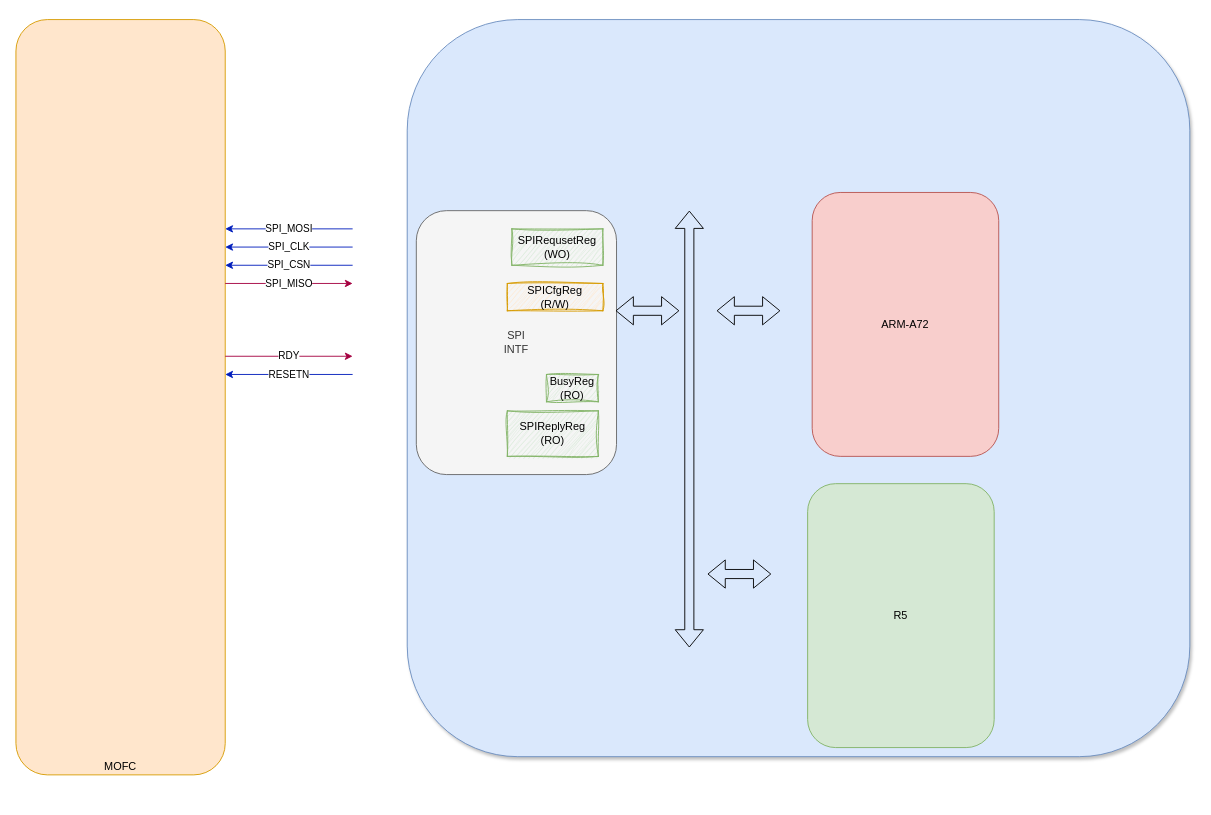
Earlier version of the draw.io diagram page "Stage-1" (1 of 13) of MOFC.drawio (guyizk/MOFC). Source tidied: cells renumbered, new cells numbered last; positions are measured from the earlier drawing's top-left corner, leaving out a move shared by most shapes. Both pictures are drawn from the tidied source at 91%, with x=0, y=0 at pixel (15, 19).
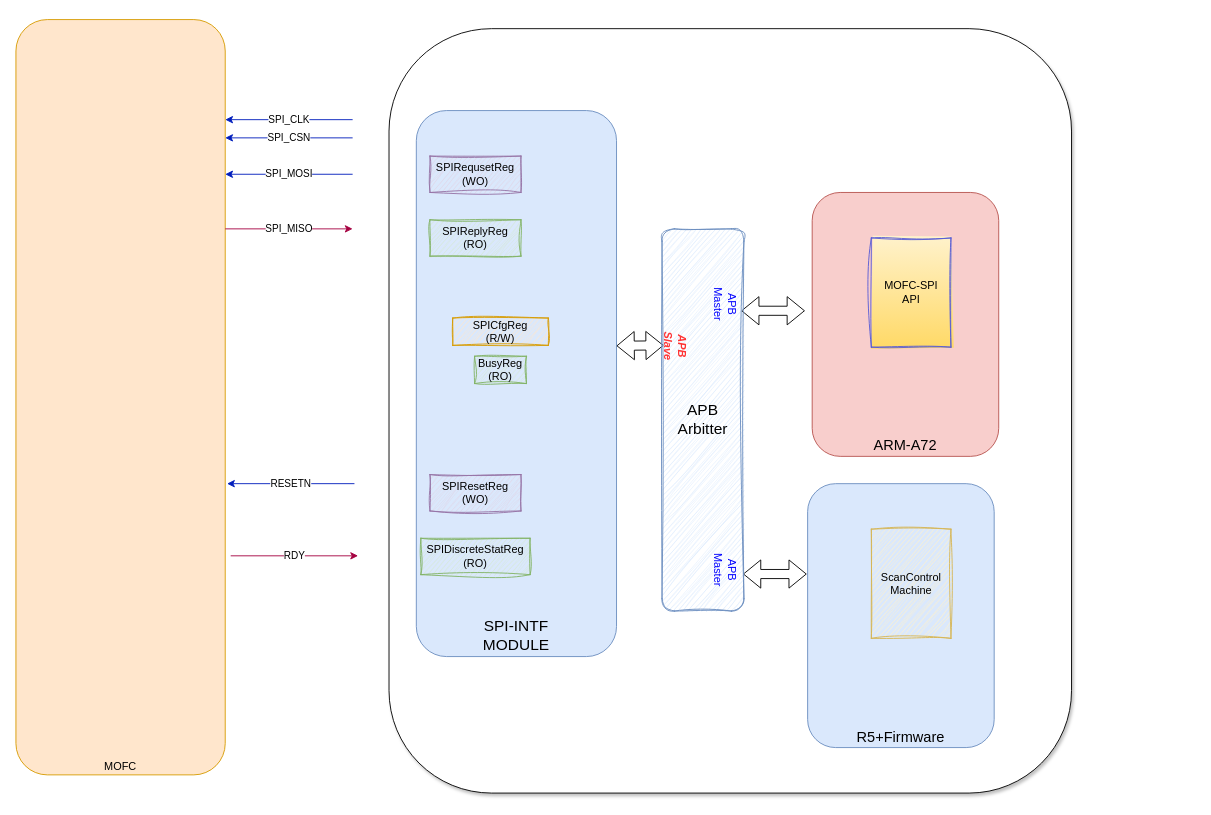
The same diagram, later.

The edit, as a diff of the source:
```diff
@@
-    <mxCell id="2" style="rounded=1;whiteSpace=wrap;html=1;fillColor=#dae8fc;strokeColor=#6c8ebf;shadow=1;glass=0;" parent="1" vertex="1">
-      <mxGeometry x="430" width="860" height="810" as="geometry" />
+    <mxCell id="2" style="rounded=1;whiteSpace=wrap;html=1;shadow=1;glass=0;" parent="1" vertex="1">
+      <mxGeometry x="410" y="10" width="750" height="840" as="geometry" />
     </mxCell>
@@
     <mxCell id="4" value="SPI_MOSI" style="endArrow=classic;html=1;rounded=0;strokeColor=#001DBC;fillColor=#0050ef;" parent="1" edge="1">
       <mxGeometry relative="1" as="geometry">
-        <mxPoint x="370" y="230" as="sourcePoint" />
-        <mxPoint x="230" y="230" as="targetPoint" />
+        <mxPoint x="370" y="170" as="sourcePoint" />
+        <mxPoint x="230" y="170" as="targetPoint" />
       </mxGeometry>
     </mxCell>
     <mxCell id="5" value="SPI_CLK" style="endArrow=classic;html=1;rounded=0;fillColor=#0050ef;strokeColor=#001DBC;" parent="1" edge="1">
       <mxGeometry relative="1" as="geometry">
-        <mxPoint x="370" y="250" as="sourcePoint" />
-        <mxPoint x="230" y="250" as="targetPoint" />
+        <mxPoint x="370" y="110" as="sourcePoint" />
+        <mxPoint x="230" y="110" as="targetPoint" />
       </mxGeometry>
     </mxCell>
     <mxCell id="6" value="SPI_CSN" style="endArrow=classic;html=1;rounded=0;fillColor=#0050ef;strokeColor=#001DBC;" parent="1" edge="1">
       <mxGeometry relative="1" as="geometry">
-        <mxPoint x="370" y="270" as="sourcePoint" />
-        <mxPoint x="230" y="270" as="targetPoint" />
+        <mxPoint x="370" y="130" as="sourcePoint" />
+        <mxPoint x="230" y="130" as="targetPoint" />
       </mxGeometry>
     </mxCell>
     <mxCell id="7" value="SPI_MISO" style="endArrow=classic;html=1;rounded=0;fillColor=#d80073;strokeColor=#A50040;" parent="1" edge="1">
       <mxGeometry relative="1" as="geometry">
-        <mxPoint x="230" y="290" as="sourcePoint" />
-        <mxPoint x="370" y="290" as="targetPoint" />
+        <mxPoint x="230" y="230" as="sourcePoint" />
+        <mxPoint x="370" y="230" as="targetPoint" />
       </mxGeometry>
     </mxCell>
     <mxCell id="8" value="RDY" style="endArrow=classic;html=1;rounded=0;fillColor=#d80073;strokeColor=#A50040;" parent="1" edge="1">
       <mxGeometry relative="1" as="geometry">
-        <mxPoint x="230" y="370" as="sourcePoint" />
-        <mxPoint x="370" y="370" as="targetPoint" />
+        <mxPoint x="236" y="589.3" as="sourcePoint" />
+        <mxPoint x="376" y="589.3" as="targetPoint" />
       </mxGeometry>
     </mxCell>
     <mxCell id="9" value="RESETN" style="endArrow=classic;html=1;rounded=0;fillColor=#0050ef;strokeColor=#001DBC;" parent="1" edge="1">
       <mxGeometry relative="1" as="geometry">
-        <mxPoint x="370" y="390" as="sourcePoint" />
-        <mxPoint x="230" y="390" as="targetPoint" />
+        <mxPoint x="372" y="510" as="sourcePoint" />
+        <mxPoint x="232" y="510" as="targetPoint" />
       </mxGeometry>
     </mxCell>
-    <mxCell id="10" value="SPI&lt;div&gt;INTF&lt;/div&gt;" style="rounded=1;whiteSpace=wrap;html=1;fillColor=#f5f5f5;fontColor=#333333;strokeColor=#666666;gradientColor=none;shadow=0;glass=0;" parent="1" vertex="1">
-      <mxGeometry x="440" y="210" width="220" height="290" as="geometry" />
+    <mxCell id="10" value="SPI-INTF&lt;div&gt;MODULE&lt;/div&gt;" style="rounded=1;whiteSpace=wrap;html=1;fillColor=#dae8fc;strokeColor=#6c8ebf;shadow=0;glass=0;verticalAlign=bottom;fontSize=17;" parent="1" vertex="1">
+      <mxGeometry x="440" y="100" width="220" height="600" as="geometry" />
     </mxCell>
     <mxCell id="11" value="SPIReply&lt;span style=&quot;background-color: transparent; color: light-dark(rgb(0, 0, 0), rgb(255, 255, 255));&quot;&gt;Reg&lt;/span&gt;&lt;div&gt;(RO)&lt;/div&gt;" style="rounded=0;whiteSpace=wrap;html=1;fillColor=#d5e8d4;strokeColor=#82b366;glass=0;sketch=1;curveFitting=1;jiggle=2;" parent="1" vertex="1">
-      <mxGeometry x="540" y="430" width="100" height="50" as="geometry" />
+      <mxGeometry x="455" y="220" width="100" height="40" as="geometry" />
     </mxCell>
-    <mxCell id="12" value="SPIRequsetReg&lt;div&gt;(WO)&lt;/div&gt;" style="rounded=0;whiteSpace=wrap;html=1;fillColor=#d5e8d4;strokeColor=#82b366;glass=0;sketch=1;curveFitting=1;jiggle=2;" parent="1" vertex="1">
-      <mxGeometry x="545" y="230" width="100" height="40" as="geometry" />
+    <mxCell id="12" value="SPIRequsetReg&lt;div&gt;(WO)&lt;/div&gt;" style="rounded=0;whiteSpace=wrap;html=1;fillColor=#e1d5e7;strokeColor=#9673a6;glass=0;sketch=1;curveFitting=1;jiggle=2;" parent="1" vertex="1">
+      <mxGeometry x="455" y="150" width="100" height="40" as="geometry" />
     </mxCell>
     <mxCell id="13" value="BusyReg&lt;div&gt;(RO)&lt;/div&gt;" style="rounded=0;whiteSpace=wrap;html=1;fillColor=#d5e8d4;strokeColor=#82b366;glass=0;sketch=1;curveFitting=1;jiggle=2;" parent="1" vertex="1">
-      <mxGeometry x="583" y="390" width="57" height="30" as="geometry" />
+      <mxGeometry x="504" y="370" width="57" height="30" as="geometry" />
     </mxCell>
     <mxCell id="14" value="SPICfgReg&lt;div&gt;(R/W)&lt;/div&gt;" style="rounded=0;whiteSpace=wrap;html=1;fillColor=#ffe6cc;strokeColor=#d79b00;glass=0;sketch=1;curveFitting=1;jiggle=2;" parent="1" vertex="1">
-      <mxGeometry x="540" y="290" width="105" height="30" as="geometry" />
+      <mxGeometry x="480" y="328" width="105" height="30" as="geometry" />
     </mxCell>
-    <mxCell id="15" value="ARM-A72" style="rounded=1;whiteSpace=wrap;html=1;fillColor=#f8cecc;strokeColor=#b85450;shadow=0;glass=0;" parent="1" vertex="1">
+    <mxCell id="15" value="ARM-A72" style="rounded=1;whiteSpace=wrap;html=1;fillColor=#f8cecc;strokeColor=#b85450;shadow=0;glass=0;verticalAlign=bottom;fontSize=16;" parent="1" vertex="1">
       <mxGeometry x="875" y="190" width="205" height="290" as="geometry" />
     </mxCell>
-    <mxCell id="16" style="shape=flexArrow;endArrow=classic;startArrow=classic;html=1;rounded=0;" parent="1" edge="1">
-      <mxGeometry relative="1" as="geometry">
-        <mxPoint x="740" y="690" as="sourcePoint" />
-        <mxPoint x="740" y="210" as="targetPoint" />
-      </mxGeometry>
-    </mxCell>
     <mxCell id="17" style="shape=flexArrow;endArrow=classic;startArrow=classic;html=1;rounded=0;" parent="1" edge="1">
       <mxGeometry relative="1" as="geometry">
-        <mxPoint x="770" y="320" as="sourcePoint" />
-        <mxPoint x="840" y="320" as="targetPoint" />
+        <mxPoint x="797" y="320" as="sourcePoint" />
+        <mxPoint x="867" y="320" as="targetPoint" />
       </mxGeometry>
     </mxCell>
-    <mxCell id="18" value="R5" style="rounded=1;whiteSpace=wrap;html=1;fillColor=#d5e8d4;strokeColor=#82b366;shadow=0;glass=0;" parent="1" vertex="1">
+    <mxCell id="18" value="R5+Firmware" style="rounded=1;whiteSpace=wrap;html=1;fillColor=#dae8fc;strokeColor=#6c8ebf;shadow=0;glass=0;verticalAlign=bottom;fontSize=16;" parent="1" vertex="1">
       <mxGeometry x="870" y="510" width="205" height="290" as="geometry" />
     </mxCell>
     <mxCell id="19" style="shape=flexArrow;endArrow=classic;startArrow=classic;html=1;rounded=0;" parent="1" edge="1">
       <mxGeometry relative="1" as="geometry">
-        <mxPoint x="760" y="609.3" as="sourcePoint" />
-        <mxPoint x="830" y="609.3" as="targetPoint" />
+        <mxPoint x="799" y="609.3" as="sourcePoint" />
+        <mxPoint x="869" y="609.3" as="targetPoint" />
       </mxGeometry>
     </mxCell>
-    <mxCell id="20" style="shape=flexArrow;endArrow=classic;startArrow=classic;html=1;rounded=0;" parent="1" edge="1">
+    <mxCell id="20" style="shape=flexArrow;endArrow=classic;startArrow=classic;html=1;rounded=0;entryX=0.009;entryY=0.213;entryDx=0;entryDy=0;entryPerimeter=0;" parent="1" edge="1">
       <mxGeometry relative="1" as="geometry">
-        <mxPoint x="659" y="320" as="sourcePoint" />
-        <mxPoint x="729" y="320" as="targetPoint" />
+        <mxPoint x="660" y="358.5" as="sourcePoint" />
+        <mxPoint x="711.8" y="358" as="targetPoint" />
       </mxGeometry>
     </mxCell>
+    <mxCell id="21" value="SPIResetReg&lt;div&gt;(WO)&lt;/div&gt;" style="rounded=0;whiteSpace=wrap;html=1;fillColor=#e1d5e7;strokeColor=#9673a6;glass=0;sketch=1;curveFitting=1;jiggle=2;" parent="1" vertex="1">
+      <mxGeometry x="455" y="500" width="100" height="40" as="geometry" />
+    </mxCell>
+    <mxCell id="22" value="SPIDiscreteStatReg&lt;div&gt;(RO)&lt;/div&gt;" style="rounded=0;whiteSpace=wrap;html=1;fillColor=#d5e8d4;strokeColor=#82b366;glass=0;sketch=1;curveFitting=1;jiggle=2;" parent="1" vertex="1">
+      <mxGeometry x="445" y="570" width="120" height="40" as="geometry" />
+    </mxCell>
+    <mxCell id="23" value="ScanControl&lt;div&gt;Machine&lt;/div&gt;" style="rounded=0;whiteSpace=wrap;html=1;fillColor=#fff2cc;strokeColor=#d6b656;glass=0;sketch=1;curveFitting=1;jiggle=2;" parent="1" vertex="1">
+      <mxGeometry x="940" y="560" width="87.5" height="120" as="geometry" />
+    </mxCell>
+    <mxCell id="24" value="MOFC-SPI&lt;div&gt;API&lt;/div&gt;" style="rounded=0;whiteSpace=wrap;html=1;fillColor=#fff2cc;strokeColor=light-dark(#575bd6, #6d5100);glass=0;gradientColor=#ffd966;sketch=1;curveFitting=1;jiggle=2;" parent="1" vertex="1">
+      <mxGeometry x="940" y="240" width="87.5" height="120" as="geometry" />
+    </mxCell>
+    <mxCell id="25" value="APB&lt;div&gt;Arbitter&lt;/div&gt;" style="rounded=1;whiteSpace=wrap;html=1;fillColor=#dae8fc;strokeColor=#6c8ebf;shadow=0;glass=0;verticalAlign=middle;fontSize=17;sketch=1;curveFitting=1;jiggle=2;" parent="1" vertex="1">
+      <mxGeometry x="710" y="230" width="90" height="420" as="geometry" />
+    </mxCell>
+    <mxCell id="26" value="APB&lt;div&gt;Master&lt;/div&gt;" style="text;html=1;whiteSpace=wrap;strokeColor=none;fillColor=none;align=center;verticalAlign=middle;rounded=0;rotation=90;fontColor=#0000FF;" parent="1" vertex="1">
+      <mxGeometry x="750" y="298" width="60" height="30" as="geometry" />
+    </mxCell>
+    <mxCell id="27" value="APB&lt;div&gt;Slave&lt;/div&gt;" style="text;html=1;whiteSpace=wrap;strokeColor=none;fillColor=none;align=center;verticalAlign=middle;rounded=0;rotation=90;fontStyle=3;fontColor=#FF3333;" parent="1" vertex="1">
+      <mxGeometry x="695" y="344" width="60" height="30" as="geometry" />
+    </mxCell>
+    <mxCell id="28" value="APB&lt;div&gt;Master&lt;/div&gt;" style="text;html=1;whiteSpace=wrap;strokeColor=none;fillColor=none;align=center;verticalAlign=middle;rounded=0;rotation=90;fontColor=#0000FF;" parent="1" vertex="1">
+      <mxGeometry x="750" y="590" width="60" height="30" as="geometry" />
+    </mxCell>
```
